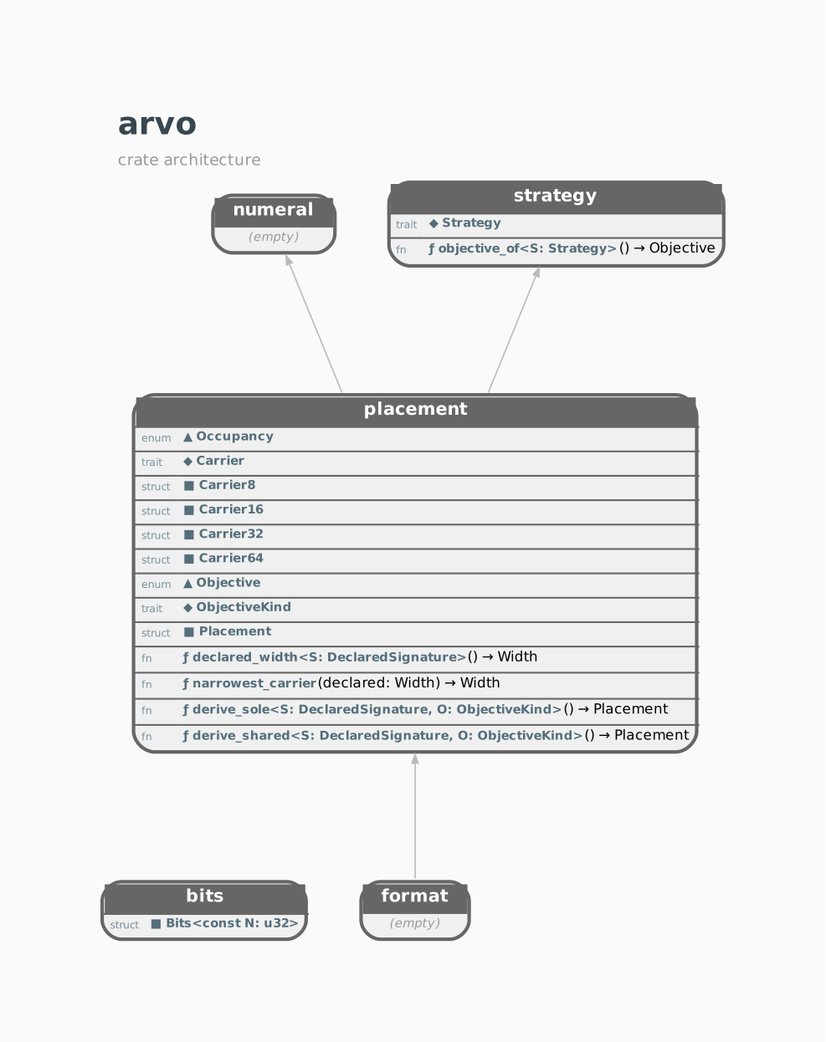
Above: docs/STRUCTURE.GRAPH.png in orgrinrt/arvo (Graphviz), before the change. Its source is kept beside it as docs/STRUCTURE.GRAPH.dot.
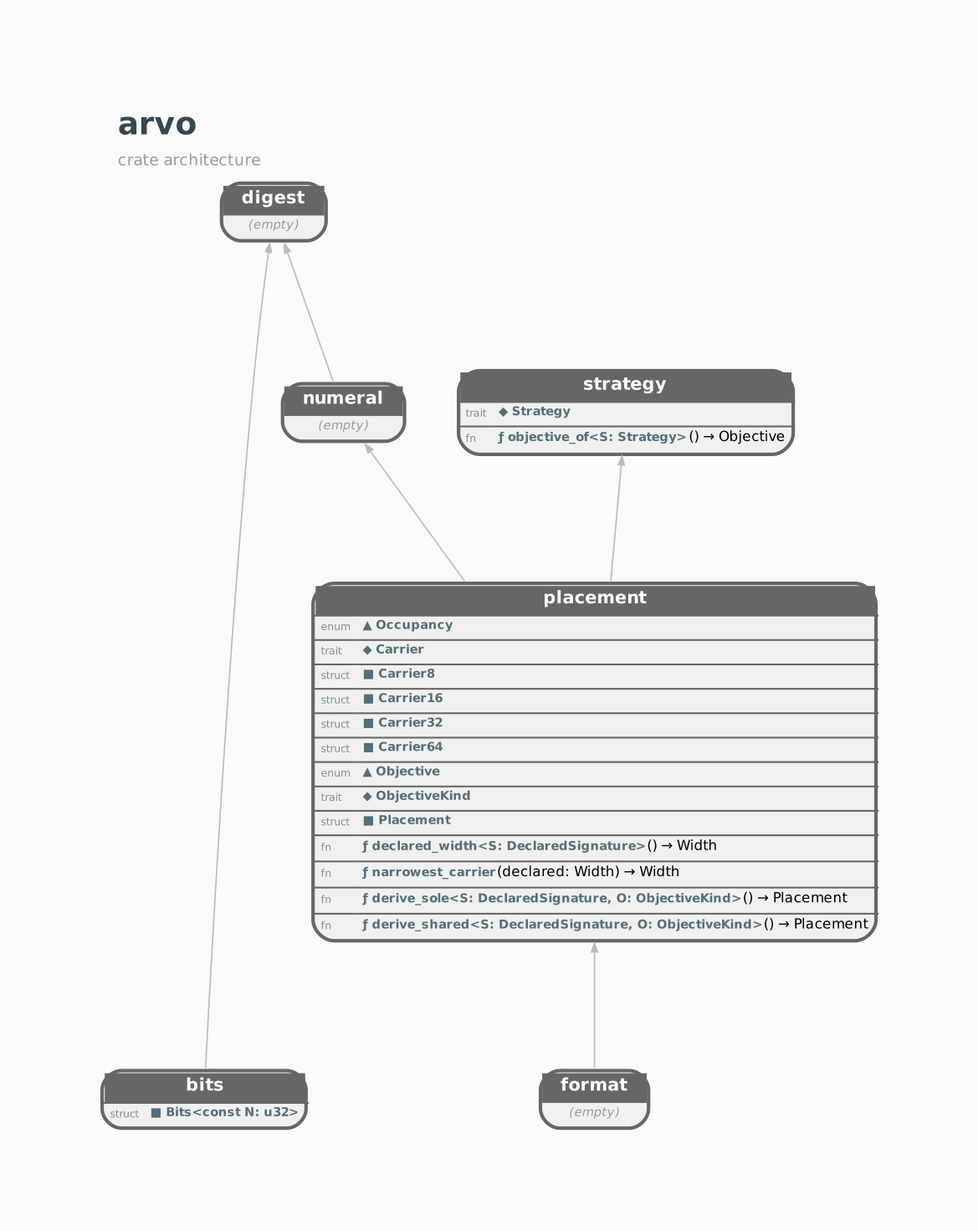
Later version of the same file.

Commit message:
docs: regenerate the documents for the digest crate

What changed in the source:
```diff
@@ -12,6 +12,7 @@
     label=<<TABLE BORDER="0" CELLBORDER="0" CELLSPACING="0"><TR><TD ALIGN="LEFT"><FONT POINT-SIZE="18" COLOR="#37474F"><B>arvo</B></FONT></TD></TR><TR><TD ALIGN="LEFT"><FONT POINT-SIZE="9" COLOR="#999999">crate architecture</FONT></TD></TR></TABLE>>;
 
     arvo_bits [shape=none, margin=0, label=<<TABLE BORDER="2" CELLBORDER="0" CELLSPACING="0" CELLPADDING="3" BGCOLOR="#F0F0F0" COLOR="#666666" STYLE="ROUNDED"><TR><TD COLSPAN="2" BGCOLOR="#666666" ALIGN="CENTER"><FONT COLOR="white" POINT-SIZE="10"><B>  bits  </B></FONT></TD></TR><HR/><TR><TD ALIGN="LEFT"><FONT COLOR="#78909C" POINT-SIZE="6">struct</FONT></TD><TD ALIGN="LEFT" PORT="p_Bits"><FONT COLOR="#546E7A" POINT-SIZE="7"><B>■ Bits&lt;const N: u32&gt;</B></FONT></TD></TR></TABLE>>];
+    arvo_digest [shape=none, margin=0, label=<<TABLE BORDER="2" CELLBORDER="0" CELLSPACING="0" CELLPADDING="3" BGCOLOR="#F0F0F0" COLOR="#666666" STYLE="ROUNDED"><TR><TD COLSPAN="2" BGCOLOR="#666666" ALIGN="CENTER"><FONT COLOR="white" POINT-SIZE="10"><B>  digest  </B></FONT></TD></TR><TR><TD COLSPAN="2"><FONT COLOR="#999999" POINT-SIZE="7"><I>(empty)</I></FONT></TD></TR></TABLE>>];
     arvo_format [shape=none, margin=0, label=<<TABLE BORDER="2" CELLBORDER="0" CELLSPACING="0" CELLPADDING="3" BGCOLOR="#F0F0F0" COLOR="#666666" STYLE="ROUNDED"><TR><TD COLSPAN="2" BGCOLOR="#666666" ALIGN="CENTER"><FONT COLOR="white" POINT-SIZE="10"><B>  format  </B></FONT></TD></TR><TR><TD COLSPAN="2"><FONT COLOR="#999999" POINT-SIZE="7"><I>(empty)</I></FONT></TD></TR></TABLE>>];
     arvo_numeral [shape=none, margin=0, label=<<TABLE BORDER="2" CELLBORDER="0" CELLSPACING="0" CELLPADDING="3" BGCOLOR="#F0F0F0" COLOR="#666666" STYLE="ROUNDED"><TR><TD COLSPAN="2" BGCOLOR="#666666" ALIGN="CENTER"><FONT COLOR="white" POINT-SIZE="10"><B>  numeral  </B></FONT></TD></TR><TR><TD COLSPAN="2"><FONT COLOR="#999999" POINT-SIZE="7"><I>(empty)</I></FONT></TD></TR></TABLE>>];
     arvo_placement [shape=none, margin=0, label=<<TABLE BORDER="2" CELLBORDER="0" CELLSPACING="0" CELLPADDING="3" BGCOLOR="#F0F0F0" COLOR="#666666" STYLE="ROUNDED"><TR><TD COLSPAN="2" BGCOLOR="#666666" ALIGN="CENTER"><FONT COLOR="white" POINT-SIZE="10"><B>  placement  </B></FONT></TD></TR><HR/><TR><TD ALIGN="LEFT"><FONT COLOR="#78909C" POINT-SIZE="6">enum</FONT></TD><TD ALIGN="LEFT" PORT="p_Occupancy"><FONT COLOR="#546E7A" POINT-SIZE="7"><B>▲ Occupancy</B></FONT></TD></TR><HR/><TR><TD ALIGN="LEFT"><FONT COLOR="#78909C" POINT-SIZE="6">trait</FONT></TD><TD ALIGN="LEFT" PORT="p_Carrier"><FONT COLOR="#546E7A" POINT-SIZE="7"><B>◆ Carrier</B></FONT></TD></TR><HR/><TR><TD ALIGN="LEFT"><FONT COLOR="#78909C" POINT-SIZE="6">struct</FONT></TD><TD ALIGN="LEFT" PORT="p_Carrier8"><FONT COLOR="#546E7A" POINT-SIZE="7"><B>■ Carrier8</B></FONT></TD></TR><HR/><TR><TD ALIGN="LEFT"><FONT COLOR="#78909C" POINT-SIZE="6">struct</FONT></TD><TD ALIGN="LEFT" PORT="p_Carrier16"><FONT COLOR="#546E7A" POINT-SIZE="7"><B>■ Carrier16</B></FONT></TD></TR><HR/><TR><TD ALIGN="LEFT"><FONT COLOR="#78909C" POINT-SIZE="6">struct</FONT></TD><TD ALIGN="LEFT" PORT="p_Carrier32"><FONT COLOR="#546E7A" POINT-SIZE="7"><B>■ Carrier32</B></FONT></TD></TR><HR/><TR><TD ALIGN="LEFT"><FONT COLOR="#78909C" POINT-SIZE="6">struct</FONT></TD><TD ALIGN="LEFT" PORT="p_Carrier64"><FONT COLOR="#546E7A" POINT-SIZE="7"><B>■ Carrier64</B></FONT></TD></TR><HR/><TR><TD ALIGN="LEFT"><FONT COLOR="#78909C" POINT-SIZE="6">enum</FONT></TD><TD ALIGN="LEFT" PORT="p_Objective"><FONT COLOR="#546E7A" POINT-SIZE="7"><B>▲ Objective</B></FONT></TD></TR><HR/><TR><TD ALIGN="LEFT"><FONT COLOR="#78909C" POINT-SIZE="6">trait</FONT></TD><TD ALIGN="LEFT" PORT="p_ObjectiveKind"><FONT COLOR="#546E7A" POINT-SIZE="7"><B>◆ ObjectiveKind</B></FONT></TD></TR><HR/><TR><TD ALIGN="LEFT"><FONT COLOR="#78909C" POINT-SIZE="6">struct</FONT></TD><TD ALIGN="LEFT" PORT="p_Placement"><FONT COLOR="#546E7A" POINT-SIZE="7"><B>■ Placement</B></FONT></TD></TR><HR/><TR><TD ALIGN="LEFT"><FONT COLOR="#78909C" POINT-SIZE="6">fn</FONT></TD><TD ALIGN="LEFT" PORT="p_declared_width"><FONT COLOR="#546E7A" POINT-SIZE="7"><B>ƒ declared_width&lt;S: DeclaredSignature&gt;</B></FONT>() → Width</TD></TR><HR/><TR><TD ALIGN="LEFT"><FONT COLOR="#78909C" POINT-SIZE="6">fn</FONT></TD><TD ALIGN="LEFT" PORT="p_narrowest_carrier"><FONT COLOR="#546E7A" POINT-SIZE="7"><B>ƒ narrowest_carrier</B></FONT>(declared: Width) → Width</TD></TR><HR/><TR><TD ALIGN="LEFT"><FONT COLOR="#78909C" POINT-SIZE="6">fn</FONT></TD><TD ALIGN="LEFT" PORT="p_derive_sole"><FONT COLOR="#546E7A" POINT-SIZE="7"><B>ƒ derive_sole&lt;S: DeclaredSignature, O: ObjectiveKind&gt;</B></FONT>() → Placement</TD></TR><HR/><TR><TD ALIGN="LEFT"><FONT COLOR="#78909C" POINT-SIZE="6">fn</FONT></TD><TD ALIGN="LEFT" PORT="p_derive_shared"><FONT COLOR="#546E7A" POINT-SIZE="7"><B>ƒ derive_shared&lt;S: DeclaredSignature, O: ObjectiveKind&gt;</B></FONT>() → Placement</TD></TR></TABLE>>];
@@ -20,8 +21,11 @@
     { rank=same; arvo_bits; arvo_format; } // depth 0
     { rank=same; arvo_placement; } // depth 1
     { rank=same; arvo_numeral; arvo_strategy; } // depth 2
+    { rank=same; arvo_digest; } // depth 3
 
 
+    arvo_numeral -> arvo_digest;
+    arvo_bits -> arvo_digest;
     arvo_placement -> arvo_numeral;
     arvo_format -> arvo_placement;
     arvo_placement -> arvo_strategy;
```
